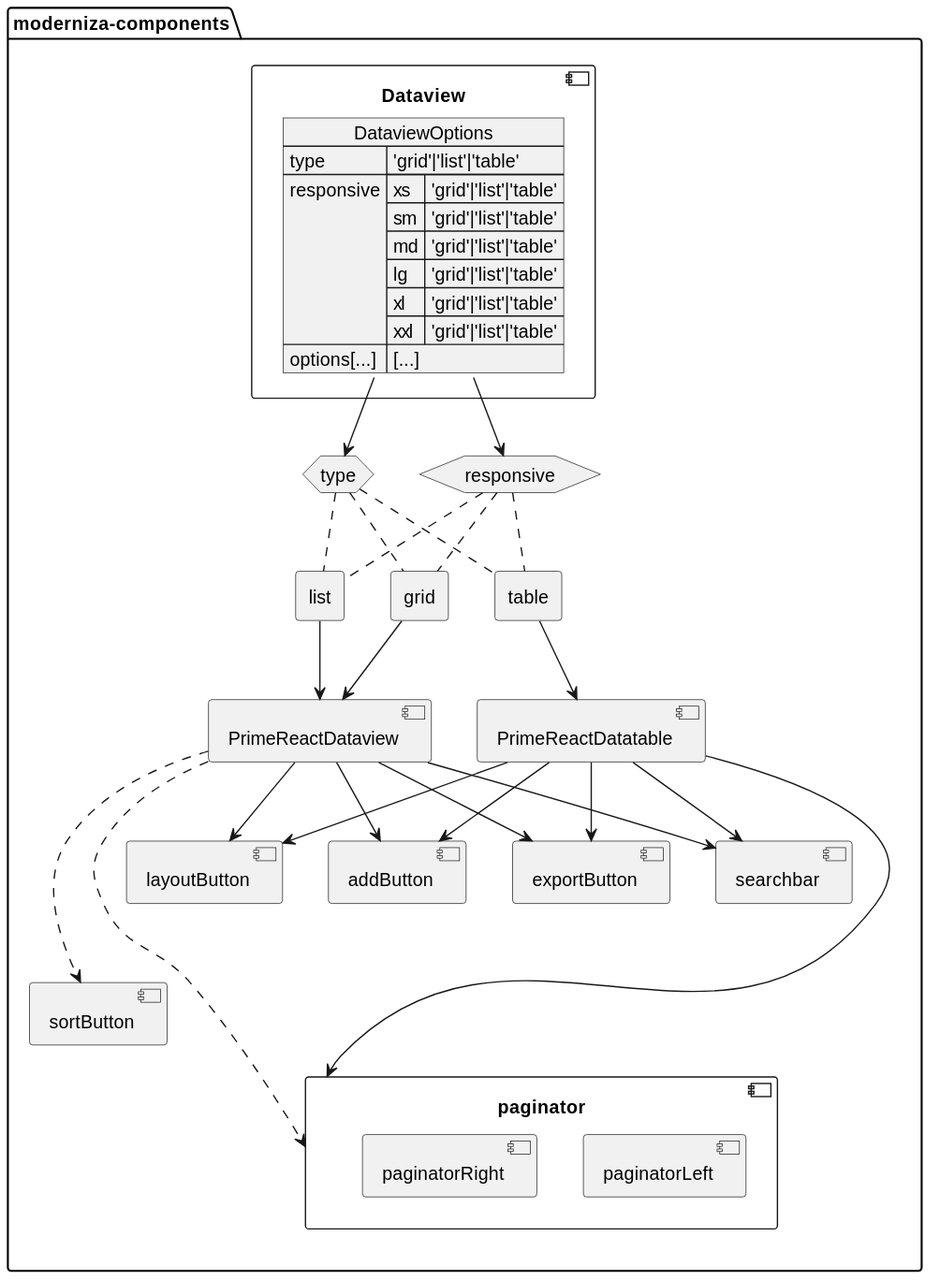
The PlantUML diagram docs/diagrams/out/dataview/dataviewDiagram.svg in moderniza-modershop/moderniza-components, before a commit.
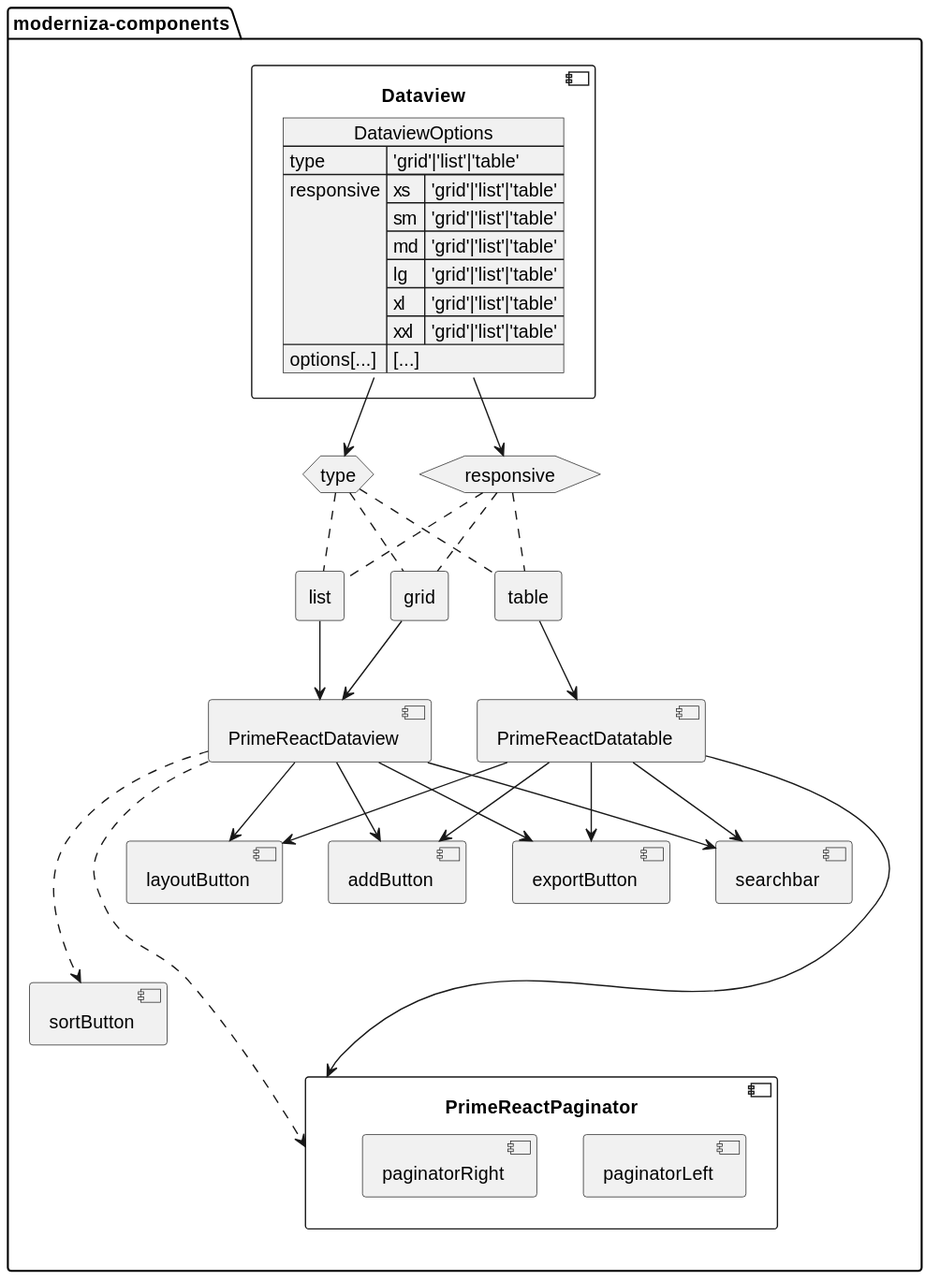
The same diagram one commit later.

What changed in the source:
```diff
@@ -33,7 +33,7 @@
     component exportButton
     component searchbar
     component layoutButton
-    component paginator{
+    component PrimeReactPaginator{
         component paginatorLeft
         component paginatorRight
     }
@@ -57,14 +57,14 @@
     PrimeReactDatatable --> addButton
     PrimeReactDatatable --> layoutButton
     PrimeReactDatatable --> exportButton
-    PrimeReactDatatable --> paginator
+    PrimeReactDatatable --> PrimeReactPaginator
 
     PrimeReactDataview --> searchbar
     PrimeReactDataview .--> sortButton
     PrimeReactDataview --> addButton
     PrimeReactDataview --> layoutButton
     PrimeReactDataview --> exportButton
-    PrimeReactDataview ..--> paginator
+    PrimeReactDataview ..--> PrimeReactPaginator
 
 }
 
```
